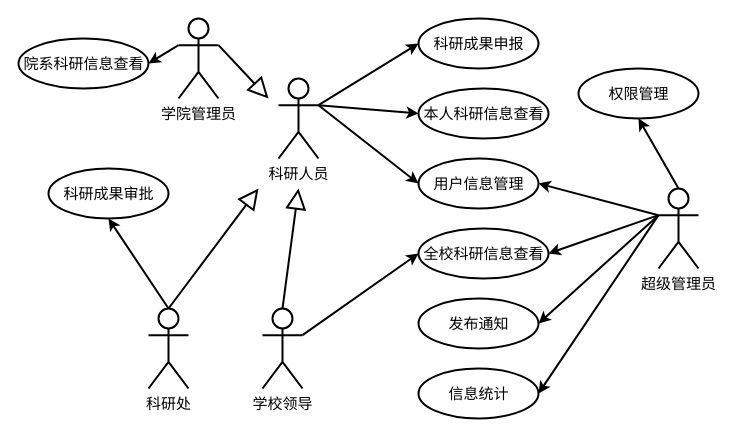
The draw.io diagram 科研管理系统-用例图.drawio in srcrs/draw-static, before the edit. Source tidied: cells renumbered, new cells numbered last; positions are measured from the earlier drawing's top-left corner, leaving out a move shared by most shapes. Both pictures are drawn from the tidied source at 100%, with x=0, y=0 at pixel (18, 18).
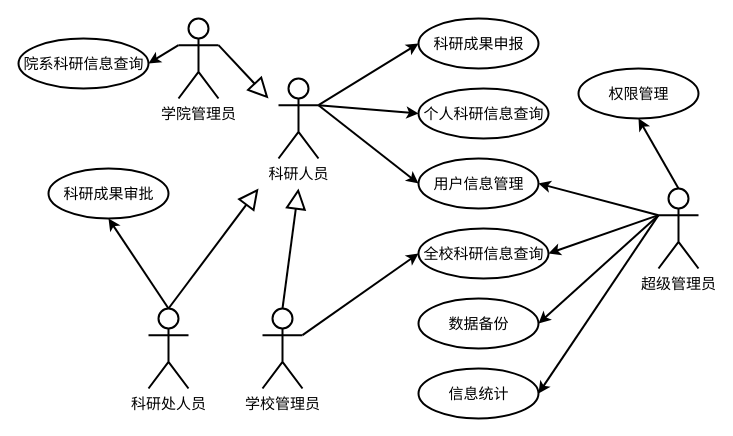
The same page after the edit.

Commit message:
更新科研管理系统-用例图.drawio

The edit, as a diff of the source:
```diff
@@
-    <mxCell id="4" value="本人科研信息查看" style="shape=ellipse;html=1;dashed=0;whitespace=wrap;perimeter=ellipsePerimeter;strokeWidth=2;fontSize=15;" parent="1" vertex="1">
+    <mxCell id="4" value="个人科研信息查询" style="shape=ellipse;html=1;dashed=0;whitespace=wrap;perimeter=ellipsePerimeter;strokeWidth=2;fontSize=15;" parent="1" vertex="1">
       <mxGeometry x="400" y="70" width="130" height="50" as="geometry" />
     </mxCell>
@@
-    <mxCell id="9" value="发布通知" style="shape=ellipse;html=1;dashed=0;whitespace=wrap;perimeter=ellipsePerimeter;strokeWidth=2;fontSize=15;" parent="1" vertex="1">
+    <mxCell id="9" value="数据备份" style="shape=ellipse;html=1;dashed=0;whitespace=wrap;perimeter=ellipsePerimeter;strokeWidth=2;fontSize=15;" parent="1" vertex="1">
       <mxGeometry x="400" y="280" width="120" height="50" as="geometry" />
     </mxCell>
@@
-    <mxCell id="17" value="院系科研信息查看" style="shape=ellipse;html=1;dashed=0;whitespace=wrap;perimeter=ellipsePerimeter;strokeWidth=2;fontSize=15;" parent="1" vertex="1">
+    <mxCell id="17" value="院系科研信息查询" style="shape=ellipse;html=1;dashed=0;whitespace=wrap;perimeter=ellipsePerimeter;strokeWidth=2;fontSize=15;" parent="1" vertex="1">
       <mxGeometry y="20" width="130" height="50" as="geometry" />
     </mxCell>
-    <mxCell id="18" value="全校科研信息查看" style="shape=ellipse;html=1;dashed=0;whitespace=wrap;perimeter=ellipsePerimeter;strokeWidth=2;fontSize=15;" parent="1" vertex="1">
+    <mxCell id="18" value="全校科研信息查询" style="shape=ellipse;html=1;dashed=0;whitespace=wrap;perimeter=ellipsePerimeter;strokeWidth=2;fontSize=15;" parent="1" vertex="1">
       <mxGeometry x="400" y="210" width="130" height="50" as="geometry" />
     </mxCell>
@@
-    <mxCell id="20" value="科研处" style="shape=umlActor;verticalLabelPosition=bottom;verticalAlign=top;html=1;outlineConnect=0;strokeWidth=2;fontSize=15;" parent="1" vertex="1">
+    <mxCell id="20" value="科研处人员" style="shape=umlActor;verticalLabelPosition=bottom;verticalAlign=top;html=1;outlineConnect=0;strokeWidth=2;fontSize=15;" parent="1" vertex="1">
       <mxGeometry x="130" y="290" width="40" height="80" as="geometry" />
     </mxCell>
-    <mxCell id="21" value="学校领导" style="shape=umlActor;verticalLabelPosition=bottom;verticalAlign=top;html=1;outlineConnect=0;strokeWidth=2;fontSize=15;" parent="1" vertex="1">
+    <mxCell id="21" value="学校管理员" style="shape=umlActor;verticalLabelPosition=bottom;verticalAlign=top;html=1;outlineConnect=0;strokeWidth=2;fontSize=15;" parent="1" vertex="1">
       <mxGeometry x="244" y="290" width="40" height="80" as="geometry" />
     </mxCell>
```
